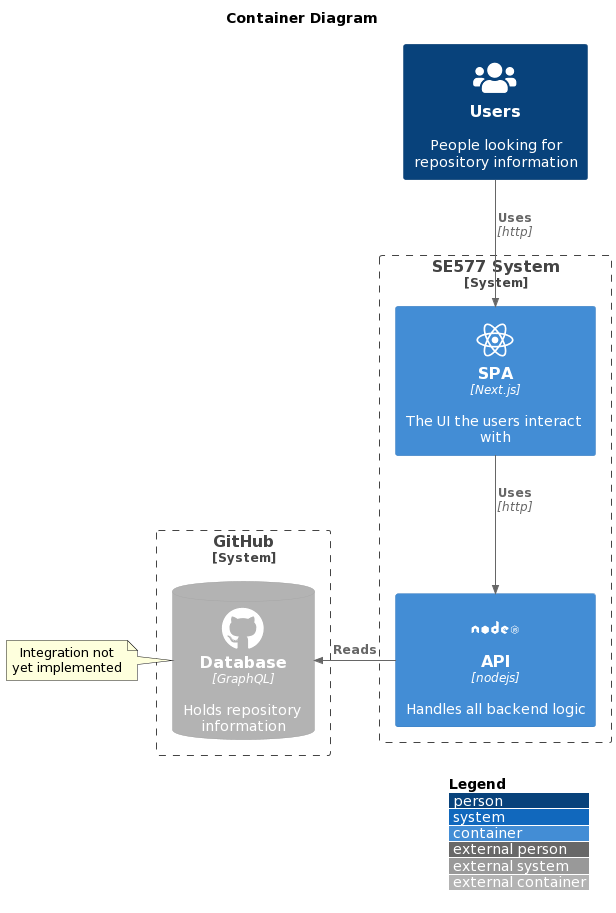
This is se577/arch/c4_container.png from derjust/se577, a PlantUML export, as it was before one commit.
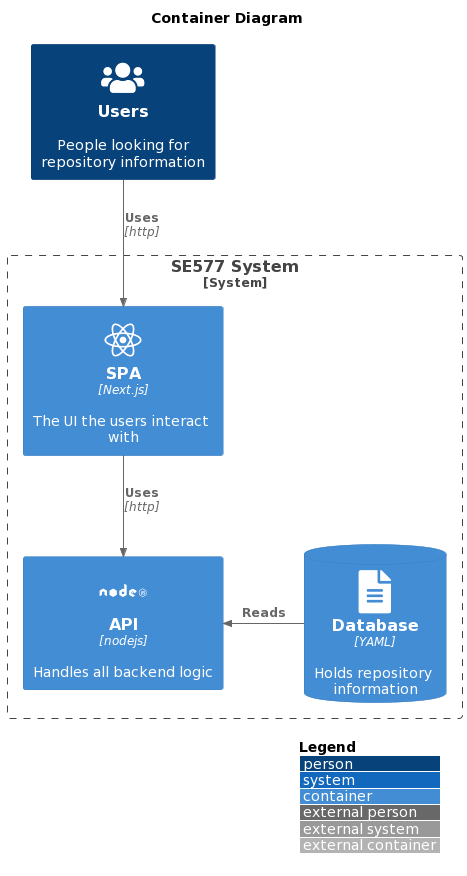
After the change.

Diff of the diagram source:
```diff
@@ -7,7 +7,7 @@
 !define FONTAWESOME https://raw.githubusercontent.com/tupadr3/plantuml-icon-font-sprites/master/font-awesome-5
 !include DEVICONS/react.puml
 !include DEVICONS/nodejs.puml
-!include DEVICONS/msql_server.puml
+!include FONTAWESOME/file_alt.puml
 !include FONTAWESOME/users.puml
 !include FONTAWESOME/github.puml
 
@@ -17,17 +17,10 @@
 System_Boundary(c1, "SE577 System") {
 	Container(spa, "SPA", "Next.js", "The UI the users interact with", $sprite="react")
 	Container(api, "API", "nodejs", "Handles all backend logic", $sprite="nodejs")
+	ContainerDb(db, "Database", "YAML", "Holds repository information", $sprite="file_alt")
 }
-
-System_Boundary(c2, "GitHub") {
-	ContainerDb_Ext(db, "Database", "GraphQL", "Holds repository information", $sprite="github")
-}
-	note left
-		Integration not
-		yet implemented
-	end note
 
 Rel(user, spa, "Uses", "http")
 Rel(spa, api, "Uses", "http")
-Rel_L(api, db, "Reads")
+Rel_L(db, api, "Reads")
 @enduml
```
